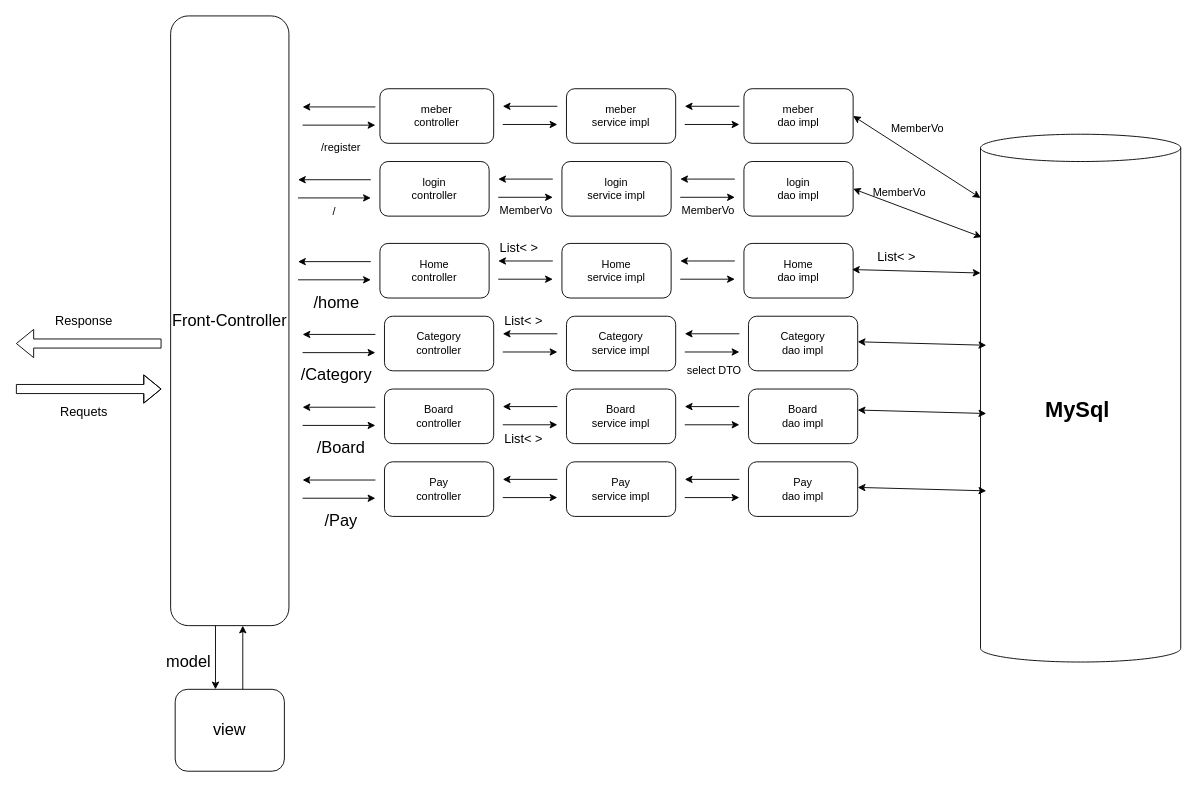
RealWarm/Board_example keeps this draw.io diagram as Untitled Diagram.drawio. Above is the earlier version. Source tidied: cells renumbered, new cells numbered last; positions are measured from the earlier drawing's top-left corner, leaving out a move shared by most shapes. Both pictures are drawn from the tidied source at 91%, with x=0, y=0 at pixel (15, 15).
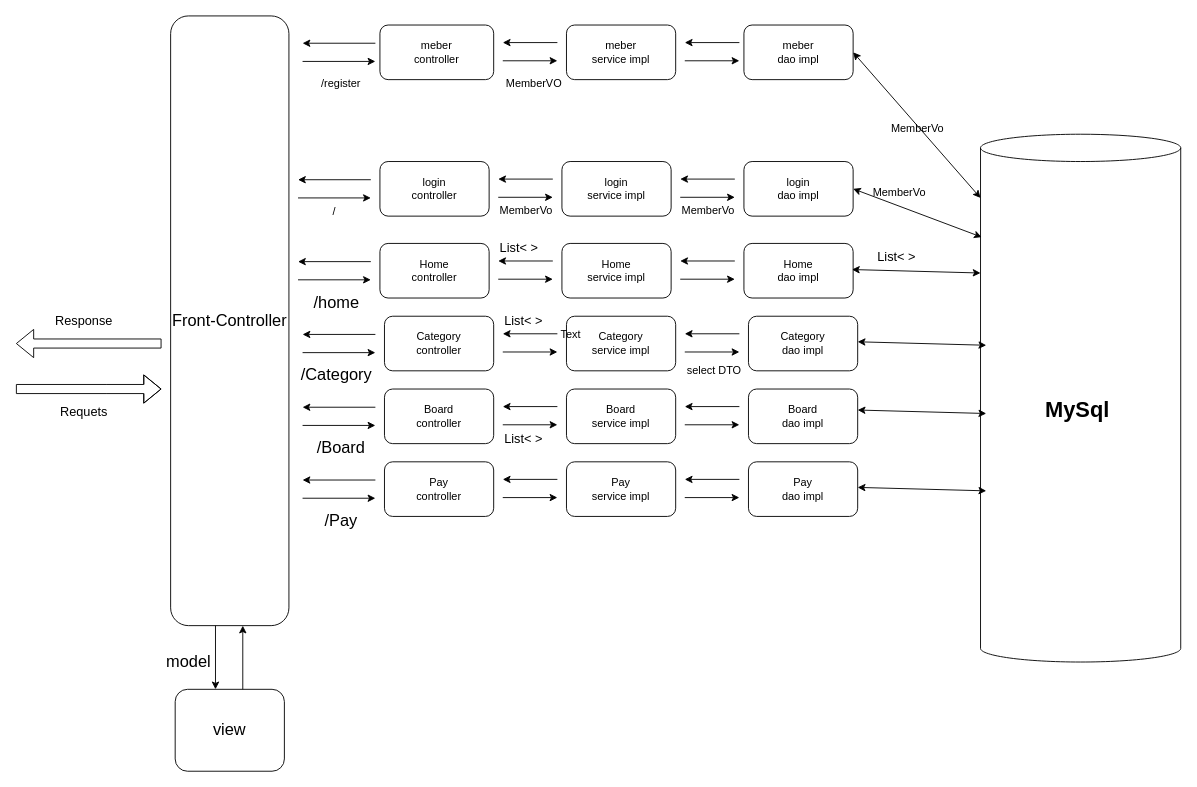
Above is the later version.

Diff of the diagram source:
```diff
@@
     <mxCell id="69" style="endArrow=classic;html=1;" parent="1" edge="1">
       <mxGeometry relative="1" as="geometry">
-        <mxPoint x="395" y="100" as="sourcePoint" />
-        <mxPoint x="315" y="100" as="targetPoint" />
+        <mxPoint x="395" y="30" as="sourcePoint" />
+        <mxPoint x="315" y="30" as="targetPoint" />
       </mxGeometry>
     </mxCell>
     <mxCell id="70" style="endArrow=classic;html=1;" parent="1" edge="1">
       <mxGeometry relative="1" as="geometry">
-        <mxPoint x="315" y="120" as="sourcePoint" />
-        <mxPoint x="395" y="120" as="targetPoint" />
+        <mxPoint x="315" y="50" as="sourcePoint" />
+        <mxPoint x="395" y="50" as="targetPoint" />
       </mxGeometry>
     </mxCell>
     <mxCell id="71" value="meber&lt;br&gt;controller" style="rounded=1;whiteSpace=wrap;html=1;" parent="1" vertex="1">
-      <mxGeometry x="400" y="80" width="125" height="60" as="geometry" />
+      <mxGeometry x="400" y="10" width="125" height="60" as="geometry" />
     </mxCell>
     <mxCell id="72" value="&lt;font style=&quot;font-size: 12px&quot;&gt;/register&lt;/font&gt;" style="text;html=1;strokeColor=none;fillColor=none;align=center;verticalAlign=middle;whiteSpace=wrap;rounded=0;" parent="1" vertex="1">
-      <mxGeometry x="330" y="130" width="55" height="30" as="geometry" />
+      <mxGeometry x="330" y="60" width="55" height="30" as="geometry" />
     </mxCell>
     <mxCell id="73" value="meber&lt;br&gt;service impl" style="rounded=1;whiteSpace=wrap;html=1;" parent="1" vertex="1">
-      <mxGeometry x="605" y="80" width="120" height="60" as="geometry" />
+      <mxGeometry x="605" y="10" width="120" height="60" as="geometry" />
     </mxCell>
     <mxCell id="74" value="meber&lt;br&gt;dao impl" style="rounded=1;whiteSpace=wrap;html=1;" parent="1" vertex="1">
-      <mxGeometry x="800" y="80" width="120" height="60" as="geometry" />
+      <mxGeometry x="800" y="10" width="120" height="60" as="geometry" />
     </mxCell>
     <mxCell id="75" style="endArrow=classic;html=1;" parent="1" edge="1">
       <mxGeometry relative="1" as="geometry">
-        <mxPoint x="595" y="99.3" as="sourcePoint" />
-        <mxPoint x="535" y="99.3" as="targetPoint" />
+        <mxPoint x="595" y="29.3" as="sourcePoint" />
+        <mxPoint x="535" y="29.3" as="targetPoint" />
       </mxGeometry>
     </mxCell>
     <mxCell id="76" style="endArrow=classic;html=1;" parent="1" edge="1">
       <mxGeometry relative="1" as="geometry">
-        <mxPoint x="535" y="119.3" as="sourcePoint" />
-        <mxPoint x="595" y="119.3" as="targetPoint" />
+        <mxPoint x="535" y="49.3" as="sourcePoint" />
+        <mxPoint x="595" y="49.3" as="targetPoint" />
       </mxGeometry>
     </mxCell>
     <mxCell id="77" style="endArrow=classic;html=1;" parent="1" edge="1">
       <mxGeometry relative="1" as="geometry">
-        <mxPoint x="795" y="99.3" as="sourcePoint" />
-        <mxPoint x="735" y="99.3" as="targetPoint" />
+        <mxPoint x="795" y="29.3" as="sourcePoint" />
+        <mxPoint x="735" y="29.3" as="targetPoint" />
       </mxGeometry>
     </mxCell>
     <mxCell id="78" style="endArrow=classic;html=1;" parent="1" edge="1">
       <mxGeometry relative="1" as="geometry">
-        <mxPoint x="735" y="119.3" as="sourcePoint" />
-        <mxPoint x="795" y="119.3" as="targetPoint" />
+        <mxPoint x="735" y="49.3" as="sourcePoint" />
+        <mxPoint x="795" y="49.3" as="targetPoint" />
       </mxGeometry>
     </mxCell>
-    <mxCell id="79" style="endArrow=classic;startArrow=classic;html=1;" parent="1" edge="1">
+    <mxCell id="79" style="endArrow=classic;startArrow=classic;html=1;exitX=1;exitY=0.5;exitDx=0;exitDy=0;" parent="1" edge="1" source="74">
       <mxGeometry relative="1" as="geometry">
-        <mxPoint x="920" y="110" as="sourcePoint" />
         <mxPoint x="1060" y="200" as="targetPoint" />
       </mxGeometry>
     </mxCell>
@@
+    <mxCell id="87" value="Text" style="text;html=1;strokeColor=none;fillColor=none;align=center;verticalAlign=middle;whiteSpace=wrap;rounded=0;" parent="1" vertex="1">
+      <mxGeometry x="590" y="340" width="40" height="20" as="geometry" />
+    </mxCell>
+    <mxCell id="88" value="MemberVO" style="text;html=1;strokeColor=none;fillColor=none;align=center;verticalAlign=middle;whiteSpace=wrap;rounded=0;" parent="1" vertex="1">
+      <mxGeometry x="537.5" y="60" width="62.5" height="30" as="geometry" />
+    </mxCell>
```
